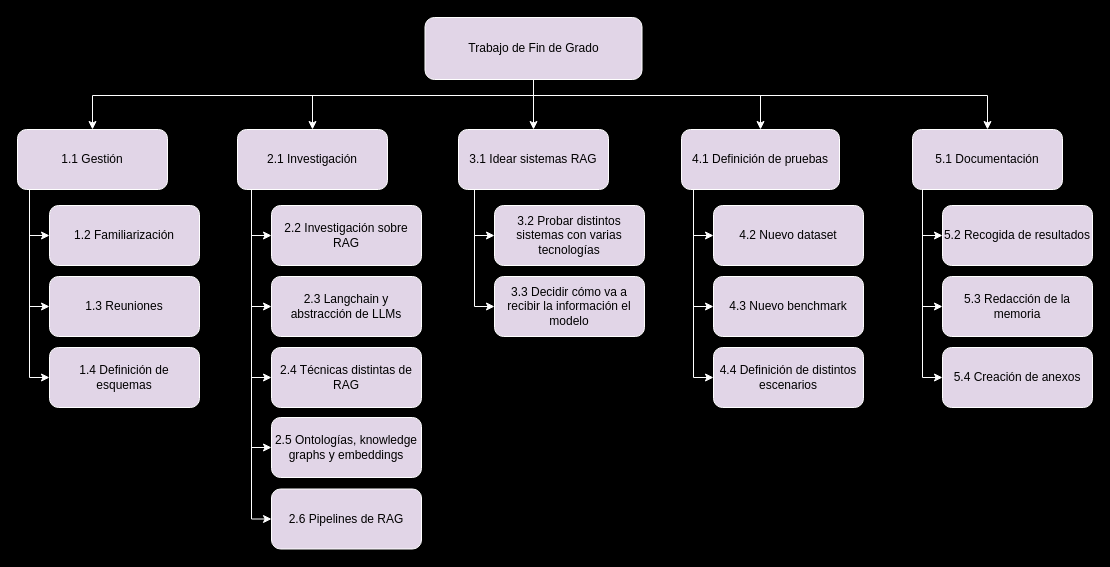
This is images/diagramas/tfg_edt.drawio from AlbertoArostegui/memoria_tfg, a draw.io file, before an edit. Source tidied: cells renumbered, new cells numbered last; positions are measured from the earlier drawing's top-left corner, leaving out a move shared by most shapes. Both pictures are drawn from the tidied source at 100%, with x=0, y=0 at pixel (17, 17).
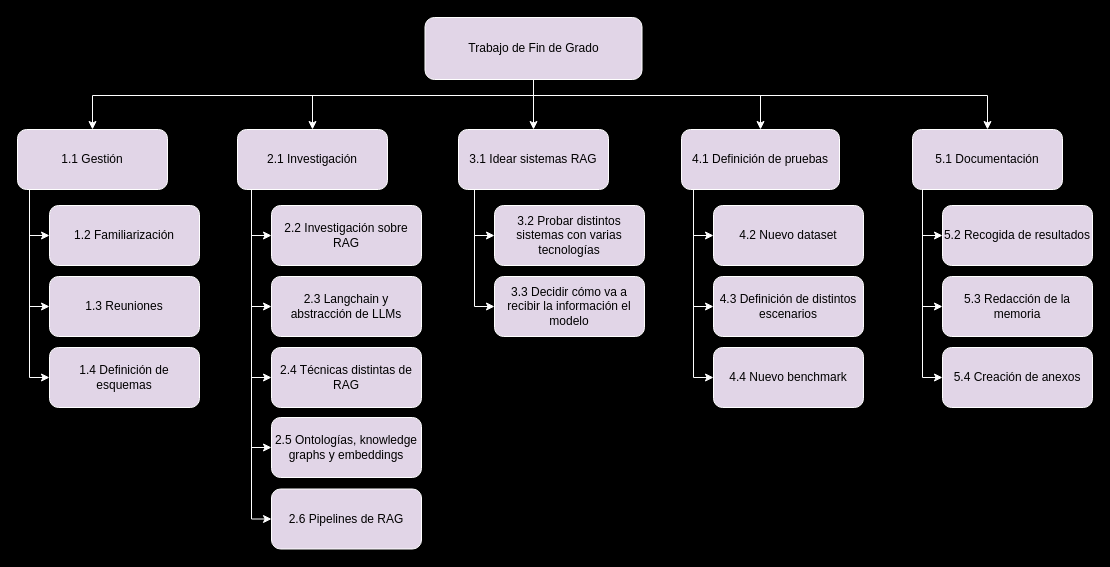
The same page after the edit.

The change refers to these unchanged cells:
```xml
<mxCell id="34" value="4.1 Definición de pruebas" style="rounded=1;whiteSpace=wrap;html=1;fillColor=#e1d5e7;strokeColor=#FFFFFF;" parent="1" vertex="1">
  <mxGeometry x="664" y="112" width="158" height="60" as="geometry" />
</mxCell>
```

Diff of the diagram source:
```diff
@@
+    <mxCell id="33" style="edgeStyle=orthogonalEdgeStyle;rounded=0;jettySize=auto;html=1;entryX=0;entryY=0.5;entryDx=0;entryDy=0;fillColor=#e1d5e7;strokeColor=#FFFFFF;" parent="1" edge="1" source="34" target="37">
+      <mxGeometry relative="1" as="geometry">
+        <Array as="points">
+          <mxPoint x="676" y="289" />
+        </Array>
+      </mxGeometry>
+    </mxCell>
-    <mxCell id="32" style="edgeStyle=orthogonalEdgeStyle;rounded=0;jettySize=auto;html=1;entryX=0;entryY=0.5;entryDx=0;entryDy=0;fillColor=#e1d5e7;strokeColor=#FFFFFF;" parent="1" edge="1" source="34" target="36">
+    <mxCell id="32" style="edgeStyle=orthogonalEdgeStyle;rounded=0;jettySize=auto;html=1;strokeColor=#FCFCFC;" parent="1" edge="1" source="34" target="36">
       <mxGeometry relative="1" as="geometry">
         <Array as="points">
-          <mxPoint x="676" y="289" />
+          <mxPoint x="676" y="360" />
         </Array>
       </mxGeometry>
     </mxCell>
-    <mxCell id="33" style="edgeStyle=orthogonalEdgeStyle;rounded=0;jettySize=auto;html=1;entryX=0;entryY=0.5;entryDx=0;entryDy=0;fillColor=#e1d5e7;strokeColor=#FFFFFF;" parent="1" edge="1" source="34" target="37">
-      <mxGeometry relative="1" as="geometry">
-        <Array as="points">
-          <mxPoint x="676" y="360" />
-        </Array>
-      </mxGeometry>
-    </mxCell>
@@
-    <mxCell id="36" value="4.3 Nuevo benchmark" style="rounded=1;whiteSpace=wrap;html=1;fillColor=#e1d5e7;strokeColor=#FFFFFF;" parent="1" vertex="1">
-      <mxGeometry x="696" y="259" width="150" height="60" as="geometry" />
+    <mxCell id="36" value="4.4 Nuevo benchmark" style="rounded=1;whiteSpace=wrap;html=1;fillColor=#e1d5e7;strokeColor=#FFFFFF;" parent="1" vertex="1">
+      <mxGeometry x="696" y="330" width="150" height="60" as="geometry" />
     </mxCell>
-    <mxCell id="37" value="4.4 Definición de distintos escenarios" style="rounded=1;whiteSpace=wrap;html=1;fillColor=#e1d5e7;strokeColor=#FFFFFF;" parent="1" vertex="1">
-      <mxGeometry x="696" y="330" width="150" height="60" as="geometry" />
+    <mxCell id="37" value="4.3 Definición de distintos escenarios" style="rounded=1;whiteSpace=wrap;html=1;fillColor=#e1d5e7;strokeColor=#FFFFFF;" parent="1" vertex="1">
+      <mxGeometry x="696" y="259" width="150" height="60" as="geometry" />
     </mxCell>
```
